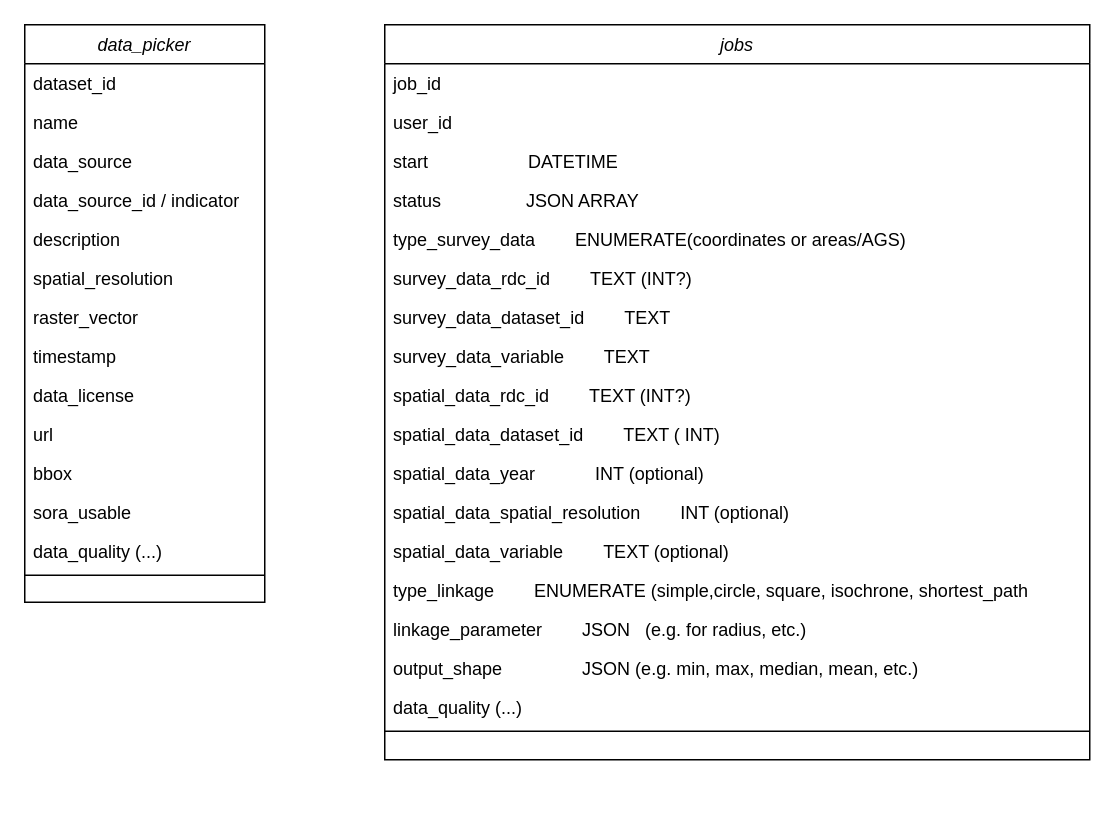
The draw.io diagram sora/data_model.drawio in traveller195/draw_io, before the edit. Source tidied: cells renumbered, new cells numbered last; positions are measured from the earlier drawing's top-left corner, leaving out a move shared by most shapes. Both pictures are drawn from the tidied source at 150%, with x=0, y=0 at pixel (24, 24).
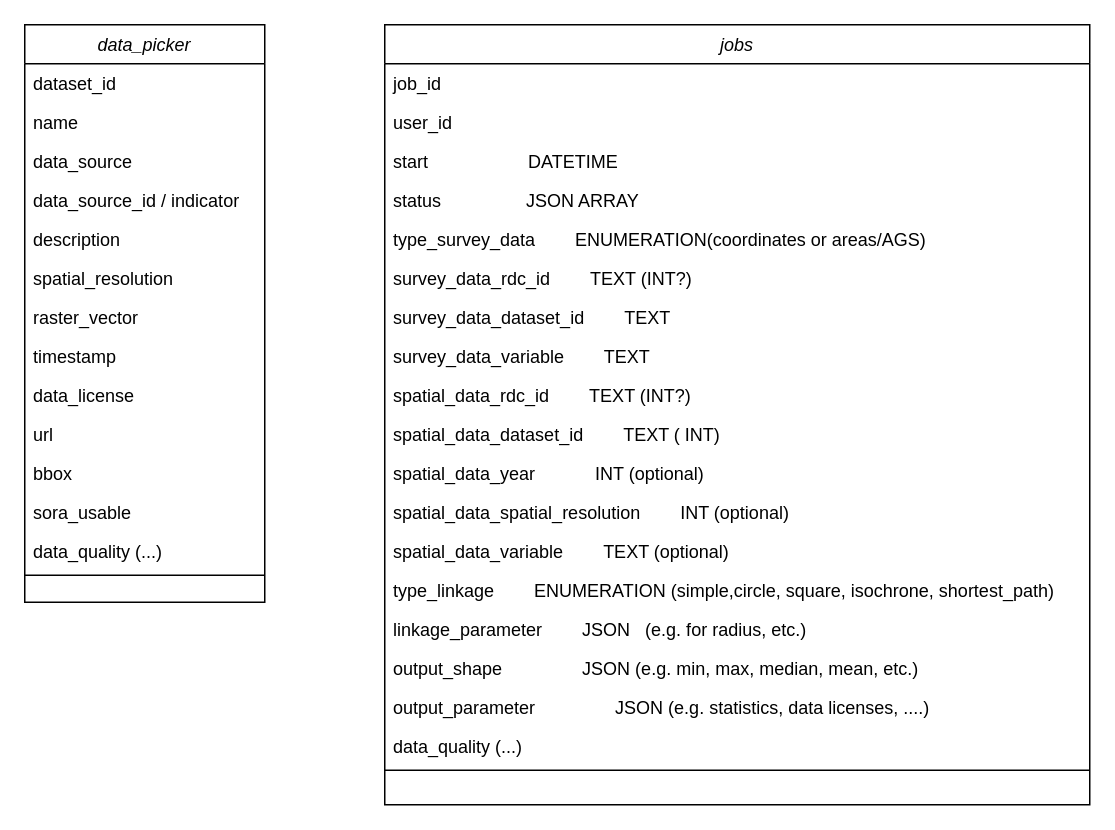
The same page after the edit.

What changed in the source:
```diff
@@
     <mxCell id="17" value="jobs" style="swimlane;fontStyle=2;align=center;verticalAlign=top;horizontal=1;startSize=26;rounded=0;shadow=0;strokeWidth=1;" parent="1" vertex="1">
-      <mxGeometry x="240" width="470" height="490" as="geometry" />
+      <mxGeometry x="240" width="470" height="520" as="geometry" />
     </mxCell>
@@
-    <mxCell id="22" value="type_survey_data        ENUMERATE(coordinates or areas/AGS)" style="text;align=left;verticalAlign=top;spacingLeft=4;spacingRight=4;overflow=hidden;rounded=0;shadow=0;html=0;" parent="17" vertex="1">
+    <mxCell id="22" value="type_survey_data        ENUMERATION(coordinates or areas/AGS)" style="text;align=left;verticalAlign=top;spacingLeft=4;spacingRight=4;overflow=hidden;rounded=0;shadow=0;html=0;" parent="17" vertex="1">
       <mxGeometry y="130" width="470" height="26" as="geometry" />
     </mxCell>
@@
-    <mxCell id="31" value="type_linkage        ENUMERATE (simple,circle, square, isochrone, shortest_path" style="text;align=left;verticalAlign=top;spacingLeft=4;spacingRight=4;overflow=hidden;rounded=0;shadow=0;html=0;" parent="17" vertex="1">
+    <mxCell id="31" value="type_linkage        ENUMERATION (simple,circle, square, isochrone, shortest_path)" style="text;align=left;verticalAlign=top;spacingLeft=4;spacingRight=4;overflow=hidden;rounded=0;shadow=0;html=0;" parent="17" vertex="1">
       <mxGeometry y="364" width="470" height="26" as="geometry" />
     </mxCell>
@@
+    <mxCell id="36" value="output_parameter                JSON (e.g. statistics, data licenses, ....)" style="text;align=left;verticalAlign=top;spacingLeft=4;spacingRight=4;overflow=hidden;rounded=0;shadow=0;html=0;" parent="17" vertex="1">
+      <mxGeometry y="442" width="470" height="26" as="geometry" />
+    </mxCell>
     <mxCell id="34" value="data_quality (...)" style="text;align=left;verticalAlign=top;spacingLeft=4;spacingRight=4;overflow=hidden;rounded=0;shadow=0;html=0;" parent="17" vertex="1">
-      <mxGeometry y="442" width="470" height="26" as="geometry" />
+      <mxGeometry y="468" width="470" height="26" as="geometry" />
     </mxCell>
     <mxCell id="35" style="line;html=1;strokeWidth=1;align=left;verticalAlign=middle;spacingTop=-1;spacingLeft=3;spacingRight=3;labelPosition=right;" parent="17" vertex="1">
-      <mxGeometry y="468" width="470" height="6" as="geometry" />
+      <mxGeometry y="494" width="470" height="6" as="geometry" />
     </mxCell>
```
